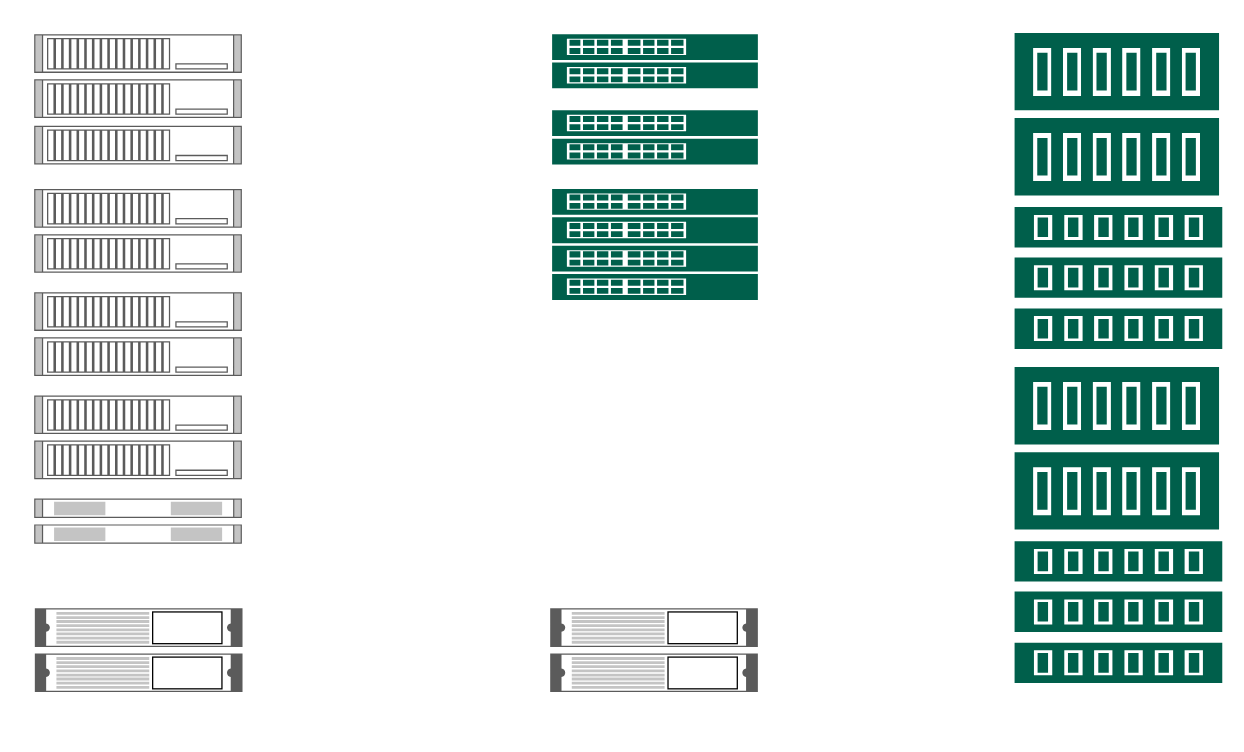
This is page "Racks" (4 of 4) of Untitled Diagram.drawio from morzhov/trinity, a draw.io file, before an edit. Source tidied: cells renumbered, new cells numbered last; positions are measured from the earlier drawing's top-left corner, leaving out a move shared by most shapes. Both pictures are drawn from the tidied source at 129%, with x=0, y=0 at pixel (34, 32).
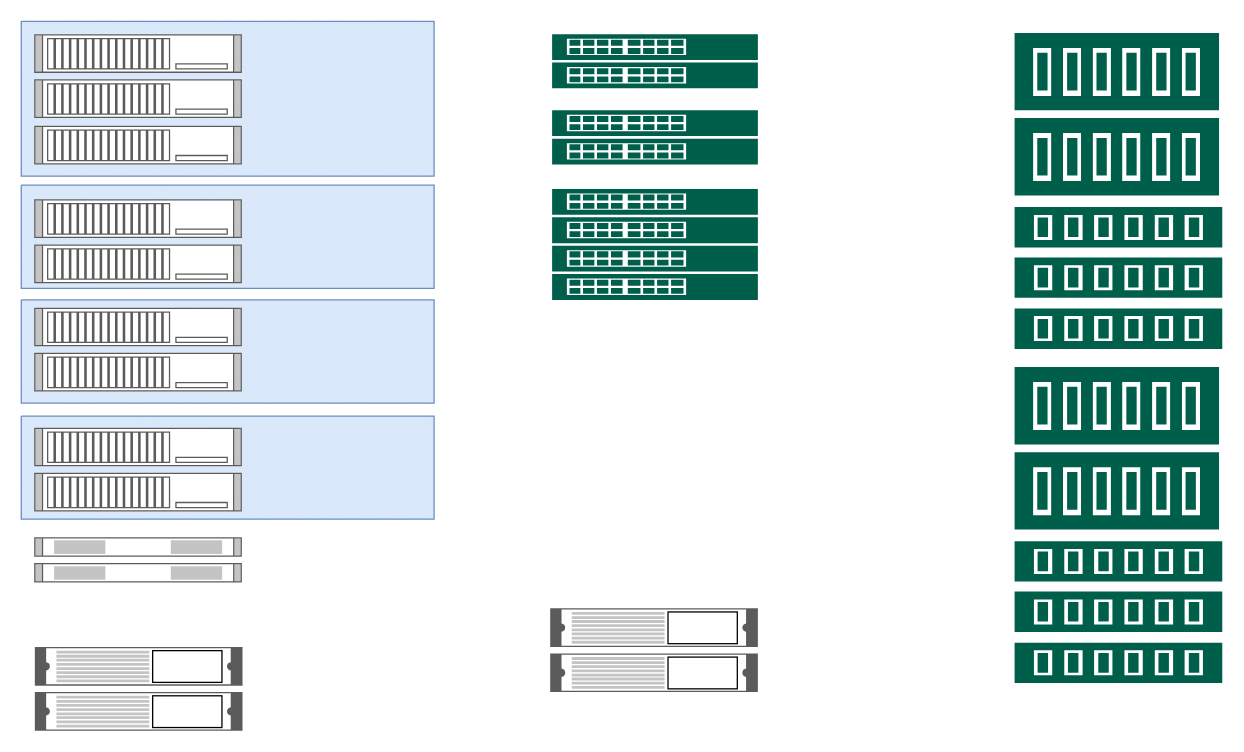
After the change.

The edit, as a diff of the source:
```diff
@@
+    <mxCell id="31" style="verticalLabelPosition=bottom;verticalAlign=top;html=1;shape=mxgraph.basic.patternFillRect;fillStyle=diagRev;step=5;fillStrokeWidth=0.2;fillStrokeColor=#dddddd;fillColor=#dae8fc;strokeColor=#6c8ebf;" parent="1" vertex="1">
+      <mxGeometry x="-10" y="297" width="320" height="80" as="geometry" />
+    </mxCell>
+    <mxCell id="32" style="verticalLabelPosition=bottom;verticalAlign=top;html=1;shape=mxgraph.basic.patternFillRect;fillStyle=diagRev;step=5;fillStrokeWidth=0.2;fillStrokeColor=#dddddd;fillColor=#dae8fc;strokeColor=#6c8ebf;" parent="1" vertex="1">
+      <mxGeometry x="-10" y="207" width="320" height="80" as="geometry" />
+    </mxCell>
+    <mxCell id="33" style="verticalLabelPosition=bottom;verticalAlign=top;html=1;shape=mxgraph.basic.patternFillRect;fillStyle=diagRev;step=5;fillStrokeWidth=0.2;fillStrokeColor=#dddddd;fillColor=#dae8fc;strokeColor=#6c8ebf;" parent="1" vertex="1">
+      <mxGeometry x="-10" y="118" width="320" height="80" as="geometry" />
+    </mxCell>
+    <mxCell id="34" style="verticalLabelPosition=bottom;verticalAlign=top;html=1;shape=mxgraph.basic.patternFillRect;fillStyle=diagRev;step=5;fillStrokeWidth=0.2;fillStrokeColor=#dddddd;fillColor=#dae8fc;strokeColor=#6c8ebf;" parent="1" vertex="1">
+      <mxGeometry x="-10" y="-9" width="320" height="120" as="geometry" />
+    </mxCell>
@@
     <mxCell id="5" style="shape=mxgraph.rack.ibm.ibm_x3690;html=1;labelPosition=right;align=left;spacingLeft=15;dashed=0;shadow=0;fillColor=#ffffff;" parent="1" vertex="1">
-      <mxGeometry y="121" width="161" height="30" as="geometry" />
+      <mxGeometry y="129" width="161" height="30" as="geometry" />
     </mxCell>
     <mxCell id="6" style="shape=mxgraph.rack.ibm.ibm_x3690;html=1;labelPosition=right;align=left;spacingLeft=15;dashed=0;shadow=0;fillColor=#ffffff;" parent="1" vertex="1">
-      <mxGeometry y="156" width="161" height="30" as="geometry" />
+      <mxGeometry y="164" width="161" height="30" as="geometry" />
     </mxCell>
     <mxCell id="7" style="shape=mxgraph.rack.ibm.ibm_x3690;html=1;labelPosition=right;align=left;spacingLeft=15;dashed=0;shadow=0;fillColor=#ffffff;" parent="1" vertex="1">
-      <mxGeometry y="201" width="161" height="30" as="geometry" />
+      <mxGeometry y="213" width="161" height="30" as="geometry" />
     </mxCell>
     <mxCell id="8" style="shape=mxgraph.rack.ibm.ibm_x3690;html=1;labelPosition=right;align=left;spacingLeft=15;dashed=0;shadow=0;fillColor=#ffffff;" parent="1" vertex="1">
-      <mxGeometry y="236" width="161" height="30" as="geometry" />
+      <mxGeometry y="248" width="161" height="30" as="geometry" />
     </mxCell>
     <mxCell id="9" style="shape=mxgraph.rack.ibm.ibm_x3690;html=1;labelPosition=right;align=left;spacingLeft=15;dashed=0;shadow=0;fillColor=#ffffff;" parent="1" vertex="1">
-      <mxGeometry y="281" width="161" height="30" as="geometry" />
+      <mxGeometry y="306" width="161" height="30" as="geometry" />
     </mxCell>
     <mxCell id="10" style="shape=mxgraph.rack.ibm.ibm_x3690;html=1;labelPosition=right;align=left;spacingLeft=15;dashed=0;shadow=0;fillColor=#ffffff;" parent="1" vertex="1">
-      <mxGeometry y="316" width="161" height="30" as="geometry" />
+      <mxGeometry y="341" width="161" height="30" as="geometry" />
     </mxCell>
     <mxCell id="11" style="shape=mxgraph.rack.apc.apc_smart_ups_1000-3000_va_2u;html=1;labelPosition=right;align=left;spacingLeft=15;dashed=0;shadow=0;fillColor=#ffffff;" parent="1" vertex="1">
-      <mxGeometry x="0.5" y="446" width="161" height="30" as="geometry" />
+      <mxGeometry x="0.5" y="476" width="161" height="30" as="geometry" />
     </mxCell>
     <mxCell id="12" style="shape=mxgraph.rack.apc.apc_smart_ups_1000-3000_va_2u;html=1;labelPosition=right;align=left;spacingLeft=15;dashed=0;shadow=0;fillColor=#ffffff;" parent="1" vertex="1">
-      <mxGeometry x="0.5" y="481" width="161" height="30" as="geometry" />
+      <mxGeometry x="0.5" y="511" width="161" height="30" as="geometry" />
     </mxCell>
@@
     <mxCell id="17" style="shape=mxgraph.rack.ibm.ibm_1754_local_console_manager;html=1;labelPosition=right;align=left;spacingLeft=15;dashed=0;shadow=0;fillColor=#ffffff;" parent="1" vertex="1">
-      <mxGeometry y="381" width="161" height="15" as="geometry" />
+      <mxGeometry y="411" width="161" height="15" as="geometry" />
     </mxCell>
     <mxCell id="18" style="shape=mxgraph.rack.ibm.ibm_1754_local_console_manager;html=1;labelPosition=right;align=left;spacingLeft=15;dashed=0;shadow=0;fillColor=#ffffff;" parent="1" vertex="1">
-      <mxGeometry y="361" width="161" height="15" as="geometry" />
+      <mxGeometry y="391" width="161" height="15" as="geometry" />
     </mxCell>
```
